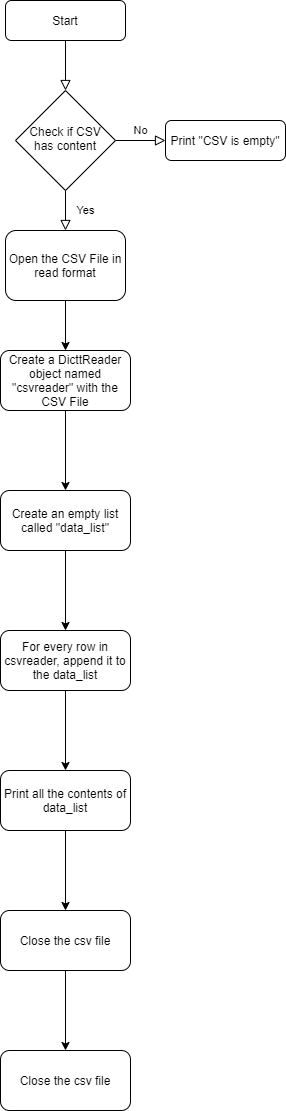
The draw.io diagram CSVData.png in badri-s2001/loadcsvdata, before a commit. Source tidied: cells renumbered, new cells last; positions are measured from the earlier drawing's top-left corner, leaving out a move shared by most shapes. Its diagram source:
```xml
<mxGraphModel>
  <root>
    <mxCell id="0" />
    <mxCell id="1" parent="0" />
    <mxCell id="2" style="rounded=0;html=1;jettySize=auto;fontSize=11;endArrow=block;endFill=0;endSize=8;strokeWidth=1;shadow=0;labelBackgroundColor=none;edgeStyle=orthogonalEdgeStyle;" parent="1" edge="1" source="3" target="6">
      <mxGeometry relative="1" as="geometry" />
    </mxCell>
    <mxCell id="3" value="Start" style="rounded=1;whiteSpace=wrap;html=1;fontSize=12;glass=0;strokeWidth=1;shadow=0;" parent="1" vertex="1">
      <mxGeometry x="5" width="120" height="40" as="geometry" />
    </mxCell>
    <mxCell id="4" value="Yes" style="rounded=0;html=1;jettySize=auto;fontSize=11;endArrow=block;endFill=0;endSize=8;strokeWidth=1;shadow=0;labelBackgroundColor=none;edgeStyle=orthogonalEdgeStyle;" parent="1" edge="1" source="6">
      <mxGeometry y="20" relative="1" as="geometry">
        <mxPoint x="65" y="230" as="targetPoint" />
      </mxGeometry>
    </mxCell>
    <mxCell id="5" value="No" style="edgeStyle=orthogonalEdgeStyle;rounded=0;html=1;jettySize=auto;fontSize=11;endArrow=block;endFill=0;endSize=8;strokeWidth=1;shadow=0;labelBackgroundColor=none;" parent="1" edge="1" source="6" target="7">
      <mxGeometry y="10" relative="1" as="geometry" />
    </mxCell>
    <mxCell id="6" value="Check if CSV has content" style="rhombus;whiteSpace=wrap;html=1;shadow=0;fontFamily=Helvetica;fontSize=12;align=center;strokeWidth=1;spacing=6;spacingTop=-4;" parent="1" vertex="1">
      <mxGeometry x="15" y="90" width="100" height="100" as="geometry" />
    </mxCell>
    <mxCell id="7" value="Print &quot;CSV is empty&quot;" style="rounded=1;whiteSpace=wrap;html=1;fontSize=12;glass=0;strokeWidth=1;shadow=0;" parent="1" vertex="1">
      <mxGeometry x="165" y="120" width="120" height="40" as="geometry" />
    </mxCell>
    <mxCell id="8" style="edgeStyle=orthogonalEdgeStyle;rounded=0;jettySize=auto;html=1;" parent="1" edge="1" source="9" target="13">
      <mxGeometry relative="1" as="geometry" />
    </mxCell>
    <mxCell id="9" value="Create a DicttReader object named &quot;csvreader&quot; with the CSV File" style="rounded=1;whiteSpace=wrap;html=1;fontSize=12;glass=0;strokeWidth=1;shadow=0;" parent="1" vertex="1">
      <mxGeometry y="350" width="130" height="60" as="geometry" />
    </mxCell>
    <mxCell id="10" style="edgeStyle=orthogonalEdgeStyle;rounded=0;jettySize=auto;html=1;" parent="1" edge="1" source="11" target="9">
      <mxGeometry relative="1" as="geometry" />
    </mxCell>
    <mxCell id="11" value="Open the CSV File in read format" style="rounded=1;whiteSpace=wrap;html=1;" parent="1" vertex="1">
      <mxGeometry x="5" y="230" width="120" height="70" as="geometry" />
    </mxCell>
    <mxCell id="12" style="edgeStyle=orthogonalEdgeStyle;rounded=0;jettySize=auto;html=1;" parent="1" edge="1" source="13" target="15">
      <mxGeometry relative="1" as="geometry" />
    </mxCell>
    <mxCell id="13" value="Create an empty list&lt;br&gt;called &quot;data_list&quot;" style="rounded=1;whiteSpace=wrap;html=1;fontSize=12;glass=0;strokeWidth=1;shadow=0;" parent="1" vertex="1">
      <mxGeometry y="490" width="130" height="60" as="geometry" />
    </mxCell>
    <mxCell id="14" style="edgeStyle=orthogonalEdgeStyle;rounded=0;jettySize=auto;html=1;" parent="1" edge="1" source="15" target="17">
      <mxGeometry relative="1" as="geometry" />
    </mxCell>
    <mxCell id="15" value="For every row in csvreader, append it to the data_list" style="rounded=1;whiteSpace=wrap;html=1;fontSize=12;glass=0;strokeWidth=1;shadow=0;" parent="1" vertex="1">
      <mxGeometry y="630" width="130" height="60" as="geometry" />
    </mxCell>
    <mxCell id="16" style="edgeStyle=orthogonalEdgeStyle;rounded=0;jettySize=auto;html=1;" parent="1" edge="1" source="17" target="19">
      <mxGeometry relative="1" as="geometry" />
    </mxCell>
    <mxCell id="17" value="Print all the contents of data_list" style="rounded=1;whiteSpace=wrap;html=1;fontSize=12;glass=0;strokeWidth=1;shadow=0;" parent="1" vertex="1">
      <mxGeometry y="770" width="130" height="60" as="geometry" />
    </mxCell>
    <mxCell id="18" style="edgeStyle=orthogonalEdgeStyle;rounded=0;jettySize=auto;html=1;" parent="1" edge="1" source="19" target="20">
      <mxGeometry relative="1" as="geometry" />
    </mxCell>
    <mxCell id="19" value="Close the csv file" style="rounded=1;whiteSpace=wrap;html=1;fontSize=12;glass=0;strokeWidth=1;shadow=0;" parent="1" vertex="1">
      <mxGeometry y="910" width="130" height="60" as="geometry" />
    </mxCell>
    <mxCell id="20" value="Close the csv file" style="rounded=1;whiteSpace=wrap;html=1;fontSize=12;glass=0;strokeWidth=1;shadow=0;" parent="1" vertex="1">
      <mxGeometry y="1050" width="130" height="60" as="geometry" />
    </mxCell>
  </root>
</mxGraphModel>
```
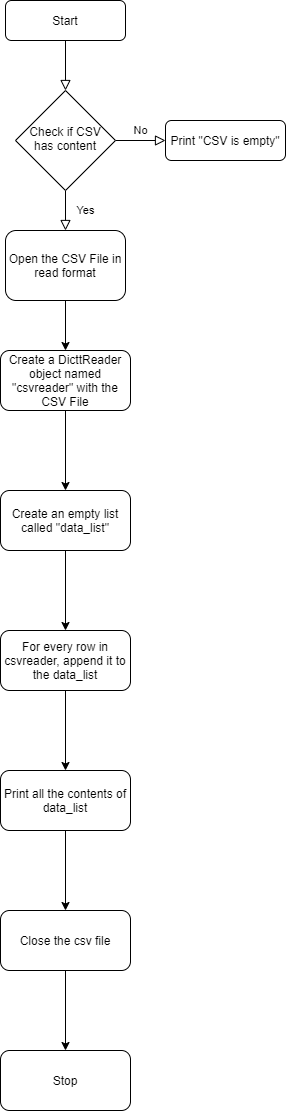
Above is the later version.

What changed in the source:
```diff
@@ -58,7 +58,7 @@
     <mxCell id="19" value="Close the csv file" style="rounded=1;whiteSpace=wrap;html=1;fontSize=12;glass=0;strokeWidth=1;shadow=0;" parent="1" vertex="1">
       <mxGeometry y="910" width="130" height="60" as="geometry" />
     </mxCell>
-    <mxCell id="20" value="Close the csv file" style="rounded=1;whiteSpace=wrap;html=1;fontSize=12;glass=0;strokeWidth=1;shadow=0;" parent="1" vertex="1">
+    <mxCell id="20" value="Stop" style="rounded=1;whiteSpace=wrap;html=1;fontSize=12;glass=0;strokeWidth=1;shadow=0;" parent="1" vertex="1">
       <mxGeometry y="1050" width="130" height="60" as="geometry" />
     </mxCell>
   </root>
```
